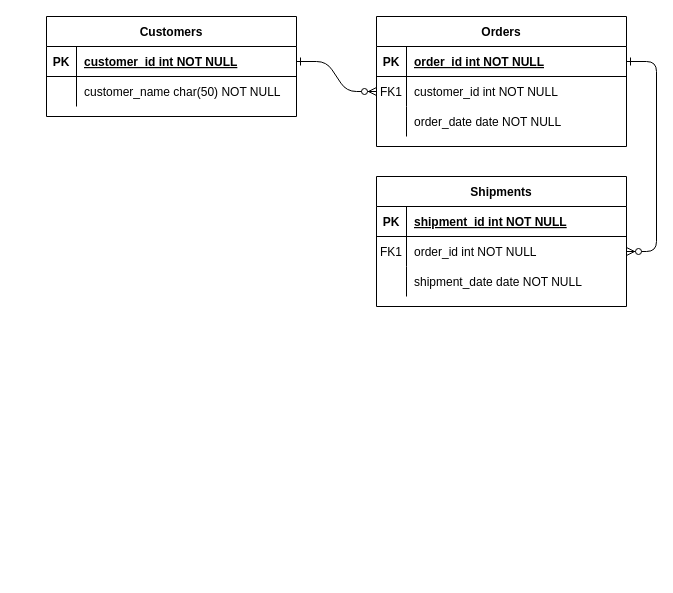
Earlier version of the draw.io diagram Product ER.drawio (FameBerg/DotNetProductAPIShowCase). Source tidied: cells renumbered, new cells numbered last; positions are measured from the earlier drawing's top-left corner, leaving out a move shared by most shapes. Both pictures are drawn from the tidied source at 100%, with x=0, y=0 at pixel (46, 16).
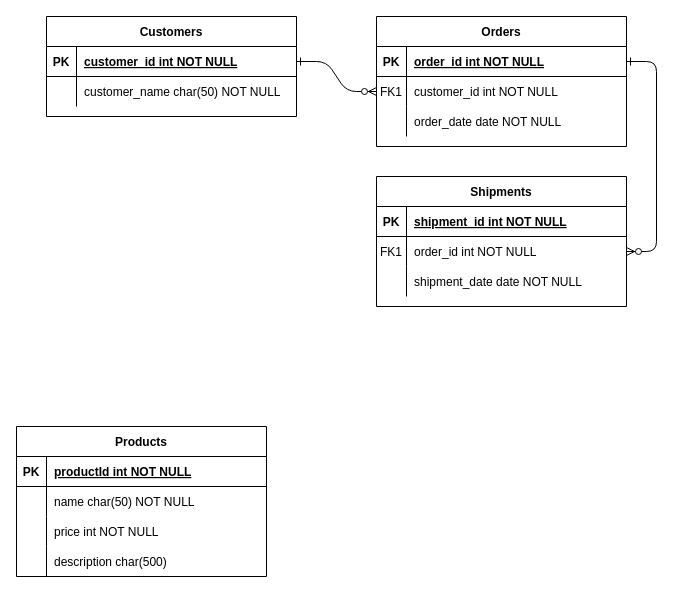
The same diagram, later.

What changed in the source:
```diff
@@
+    <mxCell id="31" value="Products" style="shape=table;startSize=30;childLayout=tableLayout;rowLines=0;fontStyle=1;align=center;" parent="1" vertex="1">
+      <mxGeometry x="-30" y="410" width="250" height="150" as="geometry" />
+    </mxCell>
+    <mxCell id="32" style="shape=partialRectangle;fillColor=none;top=0;left=0;right=0;bottom=1;" parent="31" vertex="1">
+      <mxGeometry y="30" width="250" height="30" as="geometry" />
+    </mxCell>
+    <mxCell id="33" value="PK" style="shape=partialRectangle;overflow=hidden;fillColor=none;top=0;left=0;bottom=0;right=0;fontStyle=1;" parent="32" vertex="1">
+      <mxGeometry width="30" height="30" as="geometry" />
+    </mxCell>
+    <mxCell id="34" value="productId int NOT NULL " style="shape=partialRectangle;overflow=hidden;fillColor=none;top=0;left=0;bottom=0;right=0;align=left;spacingLeft=6;fontStyle=5;" parent="32" vertex="1">
+      <mxGeometry x="30" width="220" height="30" as="geometry" />
+    </mxCell>
+    <mxCell id="35" style="shape=partialRectangle;fillColor=none;top=0;left=0;right=0;bottom=0;" parent="31" vertex="1">
+      <mxGeometry y="60" width="250" height="30" as="geometry" />
+    </mxCell>
+    <mxCell id="36" style="shape=partialRectangle;overflow=hidden;fillColor=none;top=0;left=0;bottom=0;right=0;" parent="35" vertex="1">
+      <mxGeometry width="30" height="30" as="geometry" />
+    </mxCell>
+    <mxCell id="37" value="name char(50) NOT NULL" style="shape=partialRectangle;overflow=hidden;fillColor=none;top=0;left=0;bottom=0;right=0;align=left;spacingLeft=6;" parent="35" vertex="1">
+      <mxGeometry x="30" width="220" height="30" as="geometry" />
+    </mxCell>
+    <mxCell id="38" style="shape=partialRectangle;fillColor=none;top=0;left=0;right=0;bottom=0;" parent="31" vertex="1">
+      <mxGeometry y="90" width="250" height="30" as="geometry" />
+    </mxCell>
+    <mxCell id="39" style="shape=partialRectangle;overflow=hidden;fillColor=none;top=0;left=0;bottom=0;right=0;" parent="38" vertex="1">
+      <mxGeometry width="30" height="30" as="geometry" />
+    </mxCell>
+    <mxCell id="40" value="price int NOT NULL" style="shape=partialRectangle;overflow=hidden;fillColor=none;top=0;left=0;bottom=0;right=0;align=left;spacingLeft=6;" parent="38" vertex="1">
+      <mxGeometry x="30" width="220" height="30" as="geometry" />
+    </mxCell>
+    <mxCell id="41" style="shape=partialRectangle;fillColor=none;top=0;left=0;right=0;bottom=0;" parent="31" vertex="1">
+      <mxGeometry y="120" width="250" height="30" as="geometry" />
+    </mxCell>
+    <mxCell id="42" style="shape=partialRectangle;overflow=hidden;fillColor=none;top=0;left=0;bottom=0;right=0;" parent="41" vertex="1">
+      <mxGeometry width="30" height="30" as="geometry" />
+    </mxCell>
+    <mxCell id="43" value="description char(500)" style="shape=partialRectangle;overflow=hidden;fillColor=none;top=0;left=0;bottom=0;right=0;align=left;spacingLeft=6;" parent="41" vertex="1">
+      <mxGeometry x="30" width="220" height="30" as="geometry" />
+    </mxCell>
```
